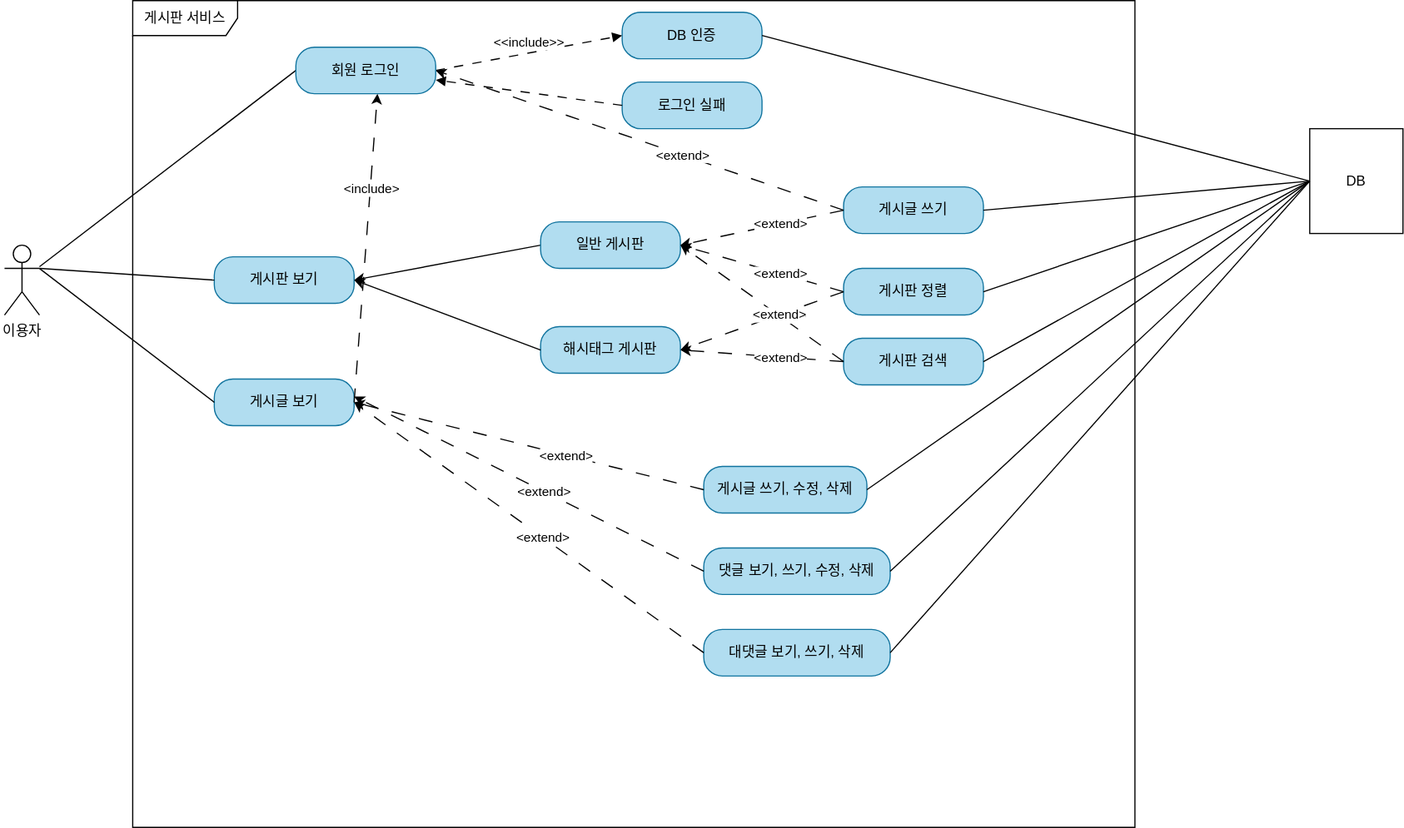
This is document/use-case.drawio.svg from joosang425/board-project, a draw.io export, as it was before one commit. Source tidied: cells renumbered, new cells last; positions are measured from the earlier drawing's top-left corner, leaving out a move shared by most shapes.
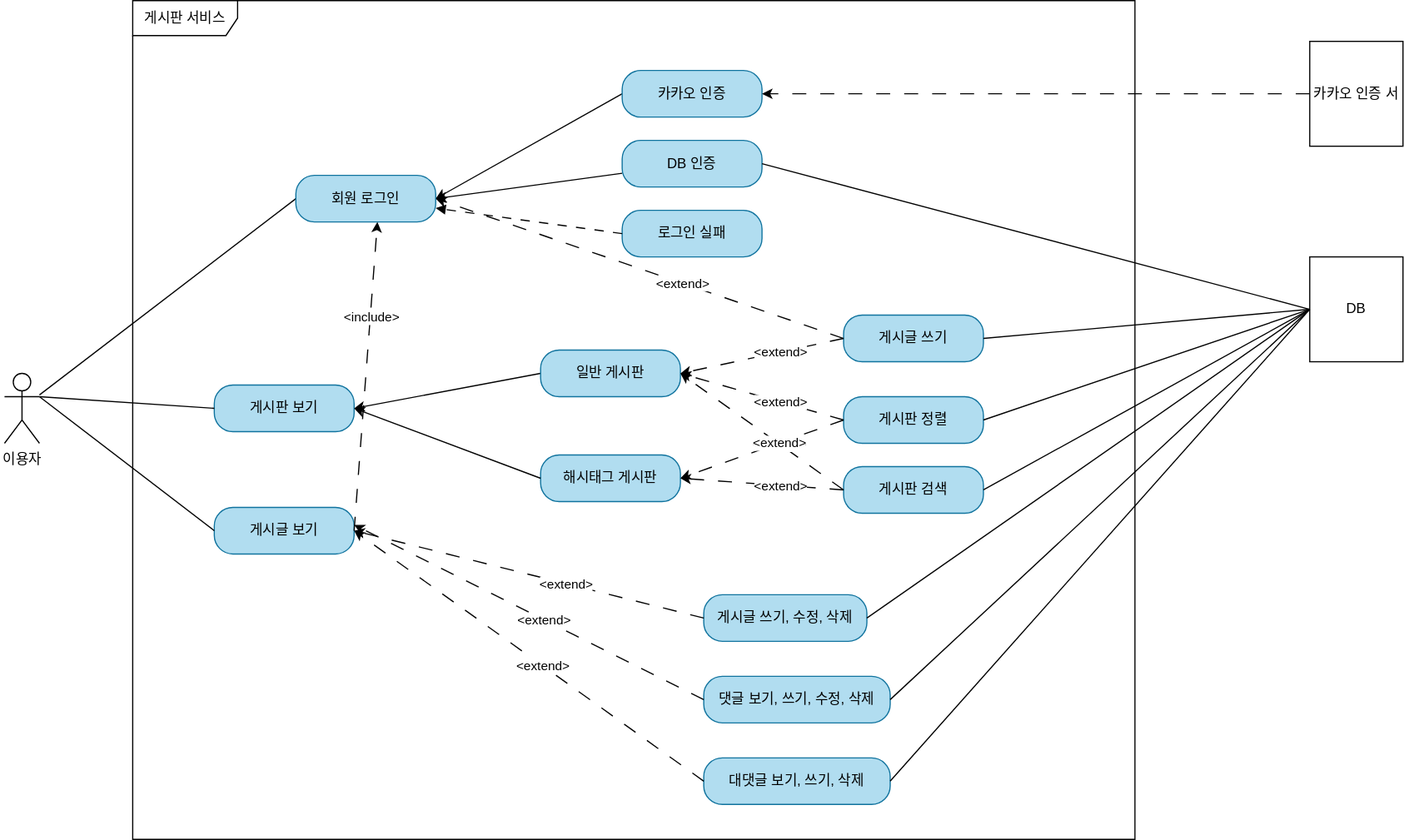
Later version of the same file.

Commit message:
#57 - use-case.drawio.svg: 카카오 인증 유즈케이스 추가 (대댓글은 미리 표현)

Diff of the diagram source:
```diff
@@ -6,7 +6,7 @@
       <mxGeometry y="210" width="30" height="60" as="geometry" />
     </mxCell>
     <mxCell id="3" value="게시판 서비스" style="shape=umlFrame;whiteSpace=wrap;html=1;width=90;height=30;rounded=1;labelBackgroundColor=none;" parent="1" vertex="1">
-      <mxGeometry x="110" width="860" height="710" as="geometry" />
+      <mxGeometry x="110" y="-110" width="860" height="720" as="geometry" />
     </mxCell>
     <mxCell id="4" value="해시태그 게시판" style="rounded=1;whiteSpace=wrap;html=1;arcSize=40;labelBackgroundColor=none;fillColor=#b1ddf0;strokeColor=#10739e;" parent="1" vertex="1">
       <mxGeometry x="460" y="280" width="120" height="40" as="geometry" />
@@ -17,6 +17,9 @@
     <mxCell id="6" value="게시글 보기" style="rounded=1;whiteSpace=wrap;html=1;arcSize=40;labelBackgroundColor=none;fillColor=#b1ddf0;strokeColor=#10739e;" parent="1" vertex="1">
       <mxGeometry x="180" y="325" width="120" height="40" as="geometry" />
     </mxCell>
+    <mxCell id="53" style="rounded=0;jettySize=auto;html=1;entryX=1;entryY=0.5;entryDx=0;entryDy=0;endArrow=classic;endFill=1;" parent="1" edge="1" source="7" target="48">
+      <mxGeometry relative="1" as="geometry" />
+    </mxCell>
     <mxCell id="7" value="DB 인증" style="rounded=1;whiteSpace=wrap;html=1;arcSize=40;labelBackgroundColor=none;fillColor=#b1ddf0;strokeColor=#10739e;" parent="1" vertex="1">
       <mxGeometry x="530" y="10" width="120" height="40" as="geometry" />
     </mxCell>
@@ -42,9 +45,6 @@
         <mxPoint x="30" y="230" as="sourcePoint" />
       </mxGeometry>
     </mxCell>
-    <mxCell id="14" value="&amp;lt;&amp;lt;include&amp;gt;&amp;gt;" style="html=1;verticalAlign=bottom;endArrow=block;curved=0;rounded=0;exitX=1;exitY=0.5;exitDx=0;exitDy=0;entryX=0;entryY=0.5;entryDx=0;entryDy=0;dashed=1;dashPattern=8 8;" parent="1" edge="1" source="48" target="7">
-      <mxGeometry relative="1" as="geometry" />
-    </mxCell>
     <mxCell id="15" value="&amp;lt;&amp;lt;extend&amp;gt;&amp;gt;" style="html=1;verticalAlign=bottom;endArrow=block;curved=0;rounded=0;exitX=0;exitY=0.5;exitDx=0;exitDy=0;dashed=1;dashPattern=8 8;" parent="1" edge="1" source="48">
       <mxGeometry relative="1" as="geometry">
         <mxPoint x="350" y="60" as="targetPoint" />
@@ -165,5 +165,17 @@
     <mxCell id="52" style="endArrow=none;html=1;rounded=0;exitX=1;exitY=0.5;exitDx=0;exitDy=0;entryX=0;entryY=0.5;entryDx=0;entryDy=0;" parent="1" edge="1" source="28" target="24">
       <mxGeometry relative="1" as="geometry" />
     </mxCell>
+    <mxCell id="54" style="rounded=0;jettySize=auto;html=1;entryX=1;entryY=0.5;entryDx=0;entryDy=0;exitX=0;exitY=0.5;exitDx=0;exitDy=0;endArrow=classic;endFill=1;" parent="1" edge="1" source="55" target="48">
+      <mxGeometry relative="1" as="geometry" />
+    </mxCell>
+    <mxCell id="55" value="카카오 인증" style="rounded=1;whiteSpace=wrap;html=1;arcSize=40;labelBackgroundColor=none;fillColor=#b1ddf0;strokeColor=#10739e;" parent="1" vertex="1">
+      <mxGeometry x="530" y="-50" width="120" height="40" as="geometry" />
+    </mxCell>
+    <mxCell id="56" style="edgeStyle=orthogonalEdgeStyle;rounded=0;jettySize=auto;html=1;entryX=1;entryY=0.5;entryDx=0;entryDy=0;dashed=1;dashPattern=12 12;" parent="1" edge="1" source="57" target="55">
+      <mxGeometry relative="1" as="geometry" />
+    </mxCell>
+    <mxCell id="57" value="카카오 인증 서" style="html=1;whiteSpace=wrap;" parent="1" vertex="1">
+      <mxGeometry x="1120" y="-75" width="80" height="90" as="geometry" />
+    </mxCell>
   </root>
 </mxGraphModel>
```
